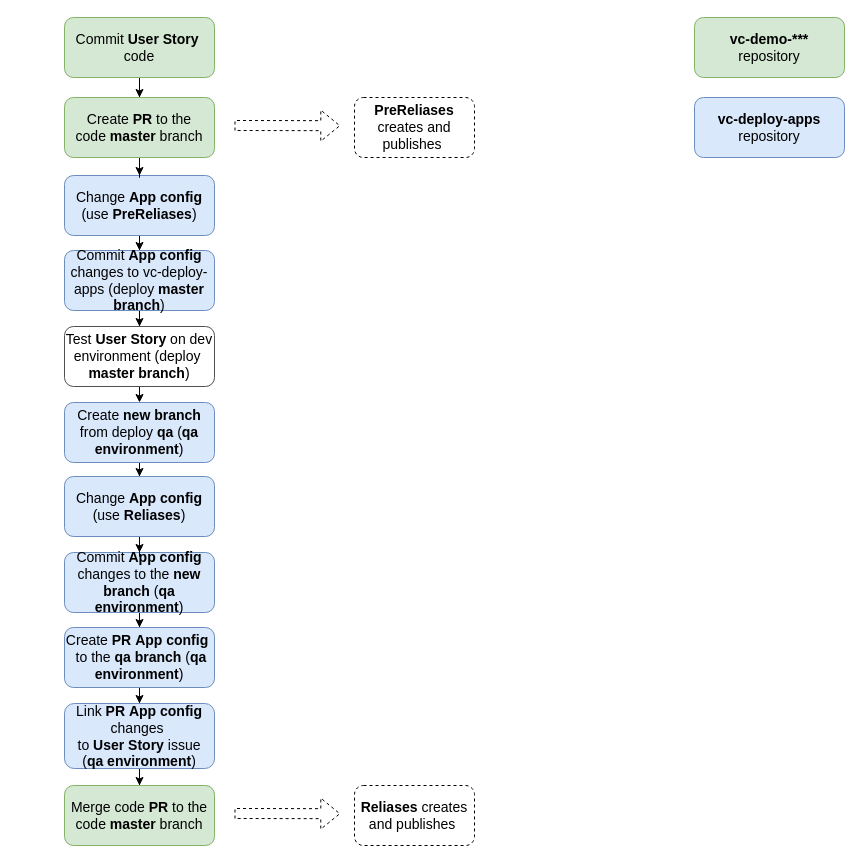
Earlier version of the draw.io diagram page "Master branch flow" (5 of 5) of docs/media/ArgoCD flows.drawio (VirtoCommerce/vc-deploy-apps). Source tidied: cells renumbered, new cells numbered last; positions are measured from the earlier drawing's top-left corner, leaving out a move shared by most shapes. Both pictures are drawn from the tidied source at 100%, with x=0, y=0 at pixel (64, 17).
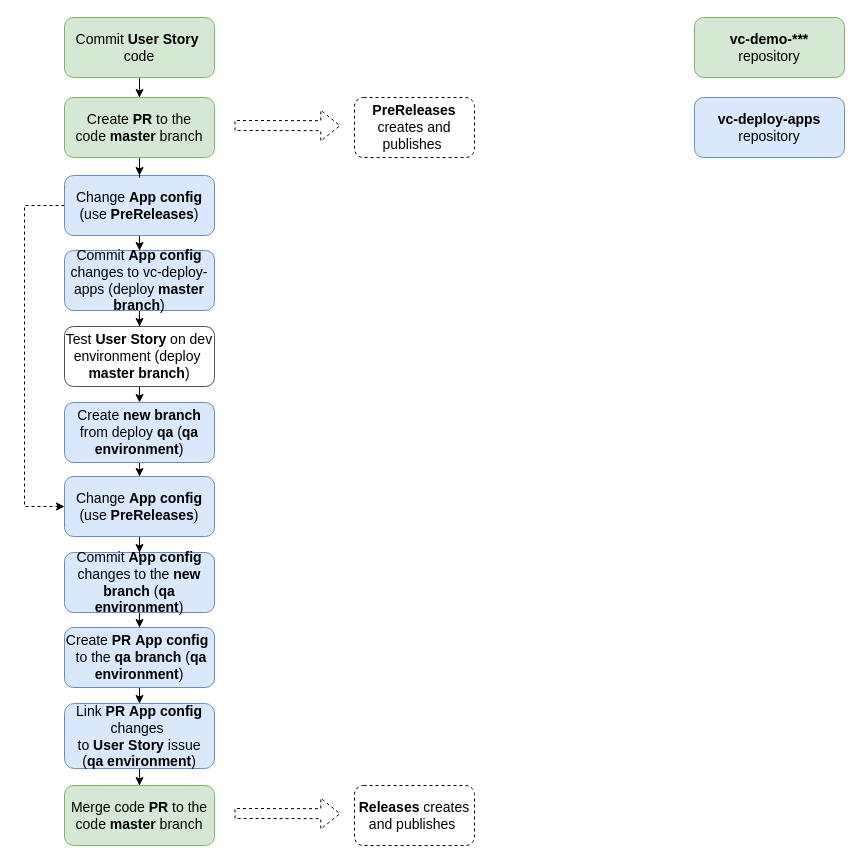
The same diagram, later.

What changed in the source:
```diff
@@
+    <mxCell id="29" style="edgeStyle=orthogonalEdgeStyle;rounded=0;jettySize=auto;html=1;entryX=0;entryY=0.5;entryDx=0;entryDy=0;dashed=1;" parent="1" edge="1" source="5" target="25">
+      <mxGeometry relative="1" as="geometry">
+        <Array as="points">
+          <mxPoint x="-40" y="188" />
+          <mxPoint x="-40" y="489" />
+        </Array>
+      </mxGeometry>
+    </mxCell>
-    <mxCell id="5" value="Change &lt;b&gt;App config&lt;/b&gt;&lt;br&gt;(use &lt;b&gt;PreReliases&lt;/b&gt;)" style="rounded=1;whiteSpace=wrap;html=1;strokeColor=#6c8ebf;fillColor=#dae8fc;fontSize=14;" parent="1" vertex="1">
+    <mxCell id="5" value="Change &lt;b&gt;App config&lt;/b&gt;&lt;br&gt;(use &lt;b&gt;PreReleases&lt;/b&gt;)" style="rounded=1;whiteSpace=wrap;html=1;strokeColor=#6c8ebf;fillColor=#dae8fc;fontSize=14;" parent="1" vertex="1">
       <mxGeometry y="158" width="150" height="60" as="geometry" />
     </mxCell>
@@
-    <mxCell id="21" value="&lt;b&gt;PreReliases&lt;/b&gt; creates and publishes&amp;nbsp;" style="rounded=1;whiteSpace=wrap;html=1;fontSize=14;dashed=1;" parent="1" vertex="1">
+    <mxCell id="21" value="&lt;b&gt;PreReleases&lt;br&gt;&lt;/b&gt;creates and publishes&amp;nbsp;" style="rounded=1;whiteSpace=wrap;html=1;fontSize=14;dashed=1;" parent="1" vertex="1">
       <mxGeometry x="290" y="80" width="120" height="60" as="geometry" />
     </mxCell>
@@
-    <mxCell id="25" value="Change &lt;b&gt;App config&lt;/b&gt;&lt;br&gt;(use &lt;b&gt;Reliases&lt;/b&gt;)" style="rounded=1;whiteSpace=wrap;html=1;strokeColor=#6c8ebf;fillColor=#dae8fc;fontSize=14;" parent="1" vertex="1">
+    <mxCell id="25" value="Change &lt;b&gt;App config&lt;/b&gt;&lt;br&gt;(use &lt;b&gt;PreReleases&lt;/b&gt;)" style="rounded=1;whiteSpace=wrap;html=1;strokeColor=#6c8ebf;fillColor=#dae8fc;fontSize=14;" parent="1" vertex="1">
       <mxGeometry y="459" width="150" height="60" as="geometry" />
     </mxCell>
@@
-    <mxCell id="28" value="&lt;b&gt;Reliases&lt;/b&gt; creates and publishes&amp;nbsp;" style="rounded=1;whiteSpace=wrap;html=1;fontSize=14;dashed=1;" parent="1" vertex="1">
+    <mxCell id="28" value="&lt;b&gt;Releases&lt;/b&gt; creates and publishes&amp;nbsp;" style="rounded=1;whiteSpace=wrap;html=1;fontSize=14;dashed=1;" parent="1" vertex="1">
       <mxGeometry x="290" y="768" width="120" height="60" as="geometry" />
     </mxCell>
```
